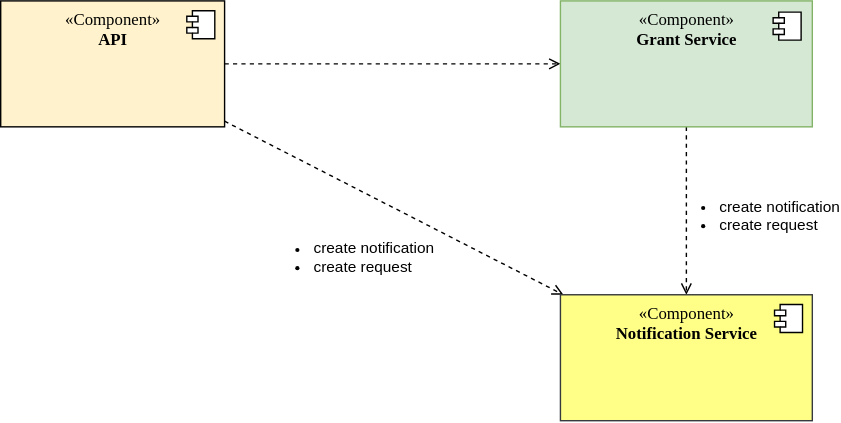
The draw.io diagram docs/Realisierung/Architekturkonzept/images/diagram_component-notification-service.svg in Fraunhofer-IESE/Daccord, before a commit. Source tidied: cells renumbered, new cells last; positions are measured from the earlier drawing's top-left corner, leaving out a move shared by most shapes.
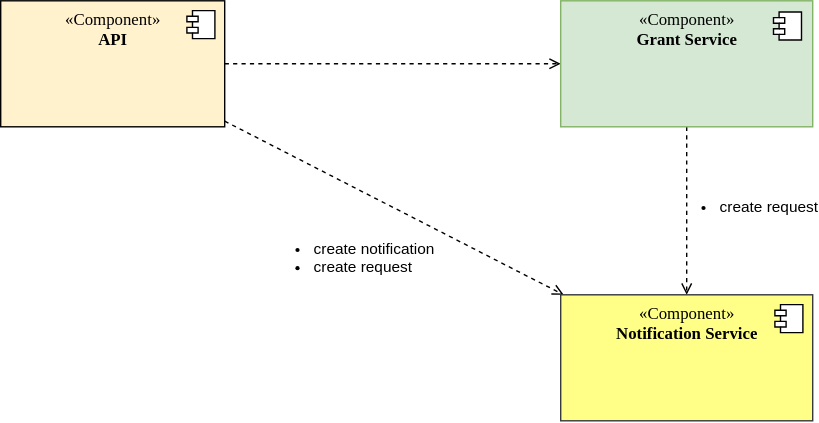
Above is the later version.

What changed in the source:
```diff
@@ -16,7 +16,7 @@
         <mxPoint x="-27" y="7" as="offset" />
       </mxGeometry>
     </mxCell>
-    <mxCell id="6" value="&lt;br&gt;&lt;ul style=&quot;forced-color-adjust: none; color: rgb(0, 0, 0); font-family: Helvetica; font-size: 11px; font-style: normal; font-variant-ligatures: normal; font-variant-caps: normal; font-weight: 400; letter-spacing: normal; orphans: 2; text-align: left; text-indent: 0px; text-transform: none; widows: 2; word-spacing: 0px; -webkit-text-stroke-width: 0px; white-space: nowrap; text-decoration-thickness: initial; text-decoration-style: initial; text-decoration-color: initial;&quot;&gt;&lt;li style=&quot;forced-color-adjust: none;&quot;&gt;create notification&lt;/li&gt;&lt;li style=&quot;forced-color-adjust: none;&quot;&gt;create request&lt;/li&gt;&lt;/ul&gt;" style="edgeStyle=none;shape=connector;rounded=0;jettySize=auto;html=1;dashed=1;strokeColor=default;align=left;verticalAlign=top;fontFamily=Helvetica;fontSize=11;fontColor=default;labelBackgroundColor=none;endArrow=open;endFill=0;" parent="1" edge="1" source="7" target="9">
+    <mxCell id="6" value="&lt;br&gt;&lt;ul style=&quot;forced-color-adjust: none; color: rgb(0, 0, 0); font-family: Helvetica; font-size: 11px; font-style: normal; font-variant-ligatures: normal; font-variant-caps: normal; font-weight: 400; letter-spacing: normal; orphans: 2; text-align: left; text-indent: 0px; text-transform: none; widows: 2; word-spacing: 0px; -webkit-text-stroke-width: 0px; white-space: nowrap; text-decoration-thickness: initial; text-decoration-style: initial; text-decoration-color: initial;&quot;&gt;&lt;li style=&quot;forced-color-adjust: none;&quot;&gt;&lt;span style=&quot;background-color: initial;&quot;&gt;create request&lt;/span&gt;&lt;br&gt;&lt;/li&gt;&lt;/ul&gt;" style="edgeStyle=none;shape=connector;rounded=0;jettySize=auto;html=1;dashed=1;strokeColor=default;align=left;verticalAlign=top;fontFamily=Helvetica;fontSize=11;fontColor=default;labelBackgroundColor=none;endArrow=open;endFill=0;" parent="1" edge="1" source="7" target="9">
       <mxGeometry x="-0.67" y="-18" relative="1" as="geometry" />
     </mxCell>
     <mxCell id="7" value="&lt;font&gt;«Component»&lt;br&gt;&lt;b&gt;Grant Service&lt;/b&gt;&lt;/font&gt;" style="html=1;verticalAlign=top;fillColor=#d5e8d4;fontFamily=Verdana;strokeColor=#82b366;" parent="1" vertex="1">
```
